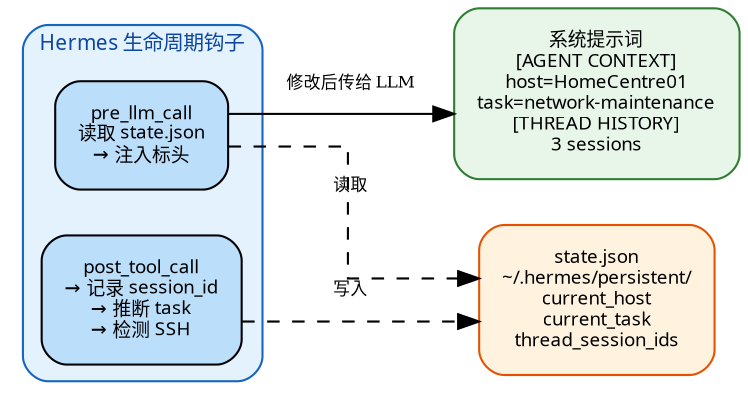
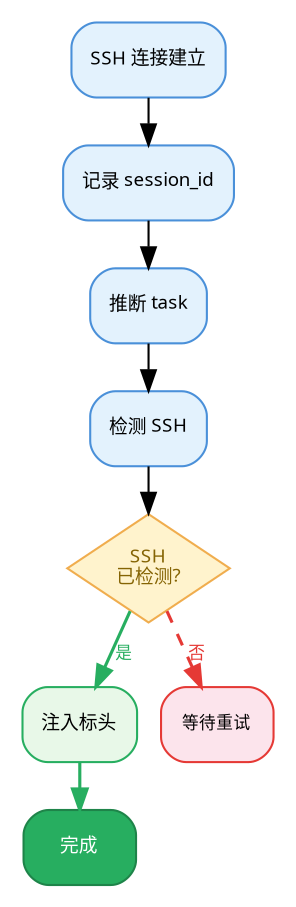
digraph ContextAnchor {
-   rankdir=LR;
-   bgcolor="transparent";
-   fontname="sans-serif";
-   fontsize=10;
-   nodesep=0.3;
-   ranksep=0.5;
-   splines=ortho;
+   rankdir=TB; bgcolor="transparent";
+   fontname="sans-serif"; fontsize=9;
+   nodesep=0.15; ranksep=0.3; splines=true; pad=0.15;
+   node [shape=box, style="filled,rounded", fontname="sans-serif", fontsize=9, margin="0.12,0.08"];

-   node [shape=box, style="filled,rounded", fontname="sans-serif", fontsize=9, margin=0.15];
+   ssh_connect [label="SSH 连接建立", fillcolor="#e3f2fd" color="#4a90d9"];
+   record_sid  [label="记录 session_id", fillcolor="#e3f2fd" color="#4a90d9"];
+   infer_task  [label="推断 task", fillcolor="#e3f2fd" color="#4a90d9"];
+   detect_ssh  [label="检测 SSH", fillcolor="#e3f2fd" color="#4a90d9"];
+   cond [shape=diamond, style=filled label="SSH\n已检测?" fillcolor="#fff3cd" color="#f0ad4e" fontcolor="#856404" margin="0.06,0.04" fontsize=9];
+   inject [label="注入标头", fillcolor="#e8f8e8" color="#27ae60"];
+   done [label="完成", fillcolor="#27ae60" color="#1e8449" fontcolor="white" fontweight="bold"];
+   wait [label="等待重试", fillcolor="#fce4ec" color="#e53935" fontsize=8 margin="0.08,0.06"];

-   subgraph cluster_hooks {
-     label="Hermes 生命周期钩子";
-     style="filled,rounded";
-     fillcolor="#E3F2FD";
-     color="#1565C0";
-     fontcolor="#0D47A1";
- 
-     pre [label="pre_llm_call\n读取 state.json\n→ 注入标头", fillcolor="#BBDEFB"];
-     post [label="post_tool_call\n→ 记录 session_id\n→ 推断 task\n→ 检测 SSH", fillcolor="#BBDEFB"];
-   }
- 
-   state [label="state.json\n~/.hermes/persistent/\ncurrent_host\ncurrent_task\nthread_session_ids", fillcolor="#FFF3E0", color="#E65100"];
- 
-   sysprompt [label="系统提示词\n[AGENT CONTEXT]\nhost=HomeCentre01\ntask=network-maintenance\n[THREAD HISTORY]\n3 sessions", fillcolor="#E8F5E9", color="#2E7D32"];
- 
-   pre -> state [label=" 读取", style=dashed, fontsize=8];
-   post -> state [label=" 写入", style=dashed, fontsize=8];
-   pre -> sysprompt [label=" 修改后传给 LLM", fontsize=8];
+   ssh_connect -> record_sid -> infer_task -> detect_ssh -> cond;
+   cond -> inject [label="是" fontsize=8 fontcolor="#27ae60" color="#27ae60" penwidth=1.5];
+   cond -> wait [label="否" fontsize=8 fontcolor="#e53935" color="#e53935" penwidth=1.5 style=dashed];
+   inject -> done [color="#27ae60" penwidth=1.5];
}
